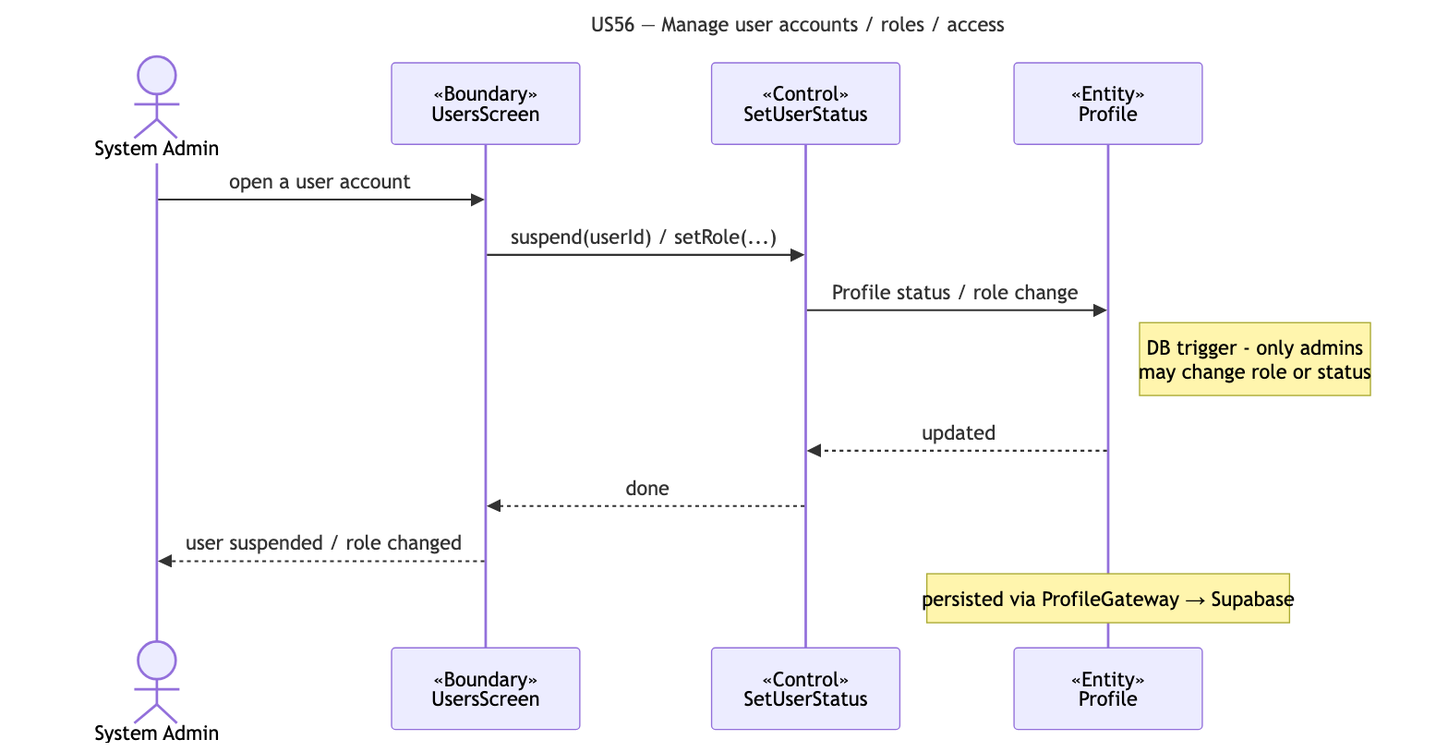
cyuanjun/FYP-26-S2-37-app keeps this Mermaid diagram as docs/deliverables/sequence-diagrams/US56-manage-users.png. Above is the earlier version. Its source is kept beside it as docs/deliverables/sequence-diagrams/src/US56-manage-users.mmd.
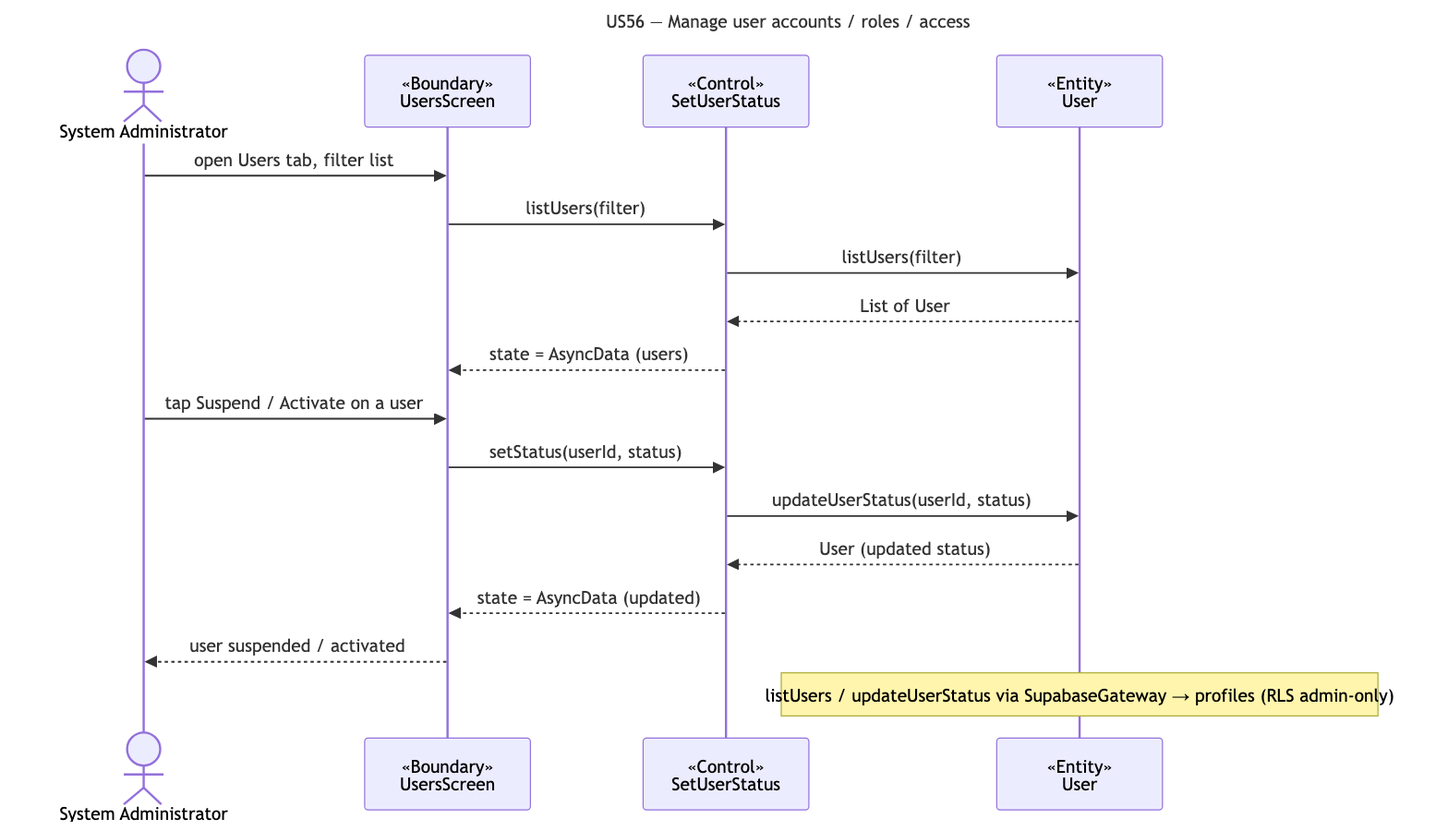
Above is the later version.

Change to the diagram source:
```diff
@@ -2,15 +2,19 @@
 title: "US56 — Manage user accounts / roles / access"
 ---
 sequenceDiagram
-  actor A as System Admin
+  actor A as System Administrator
   participant B as «Boundary»<br/>UsersScreen
   participant C as «Control»<br/>SetUserStatus
-  participant E as «Entity»<br/>Profile
-  A->>B: open a user account
-  B->>C: suspend(userId) / setRole(...)
-  C->>E: Profile status / role change
-  note right of E: DB trigger - only admins<br/>may change role or status
-  E-->>C: updated
-  C-->>B: done
-  B-->>A: user suspended / role changed
-  note over E: persisted via ProfileGateway → Supabase
+  participant E as «Entity»<br/>User
+  A->>B: open Users tab, filter list
+  B->>C: listUsers(filter)
+  C->>E: listUsers(filter)
+  E-->>C: List of User
+  C-->>B: state = AsyncData (users)
+  A->>B: tap Suspend / Activate on a user
+  B->>C: setStatus(userId, status)
+  C->>E: updateUserStatus(userId, status)
+  E-->>C: User (updated status)
+  C-->>B: state = AsyncData (updated)
+  B-->>A: user suspended / activated
+  note over E: listUsers / updateUserStatus via SupabaseGateway → profiles (RLS admin-only)
```
